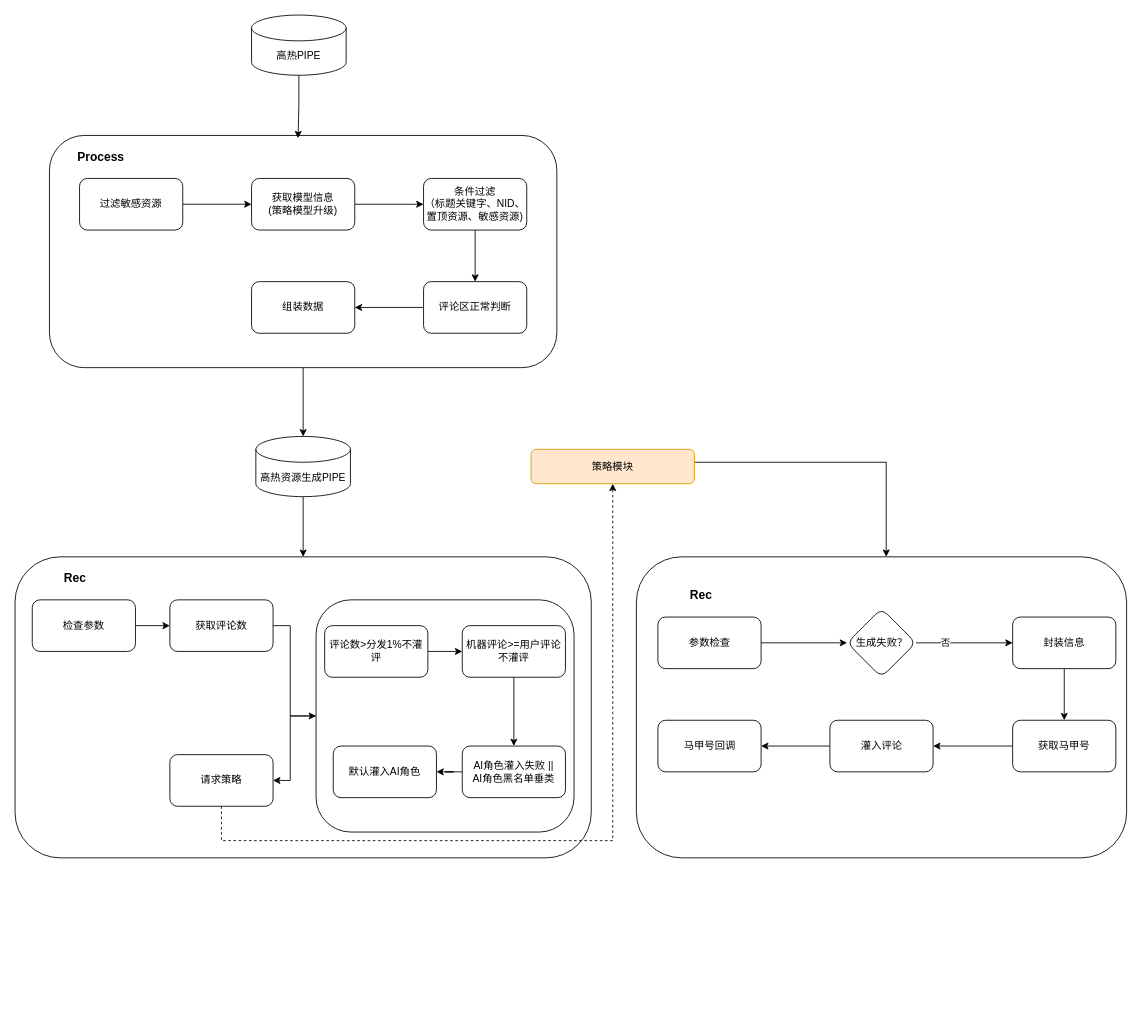
Earlier version of the draw.io diagram AIComment/samrtcomment.drawio (Mrssqin/draw). Source tidied: cells renumbered, new cells numbered last; positions are measured from the earlier drawing's top-left corner, leaving out a move shared by most shapes. Both pictures are drawn from the tidied source at 86%, with x=0, y=0 at pixel (15, 15).
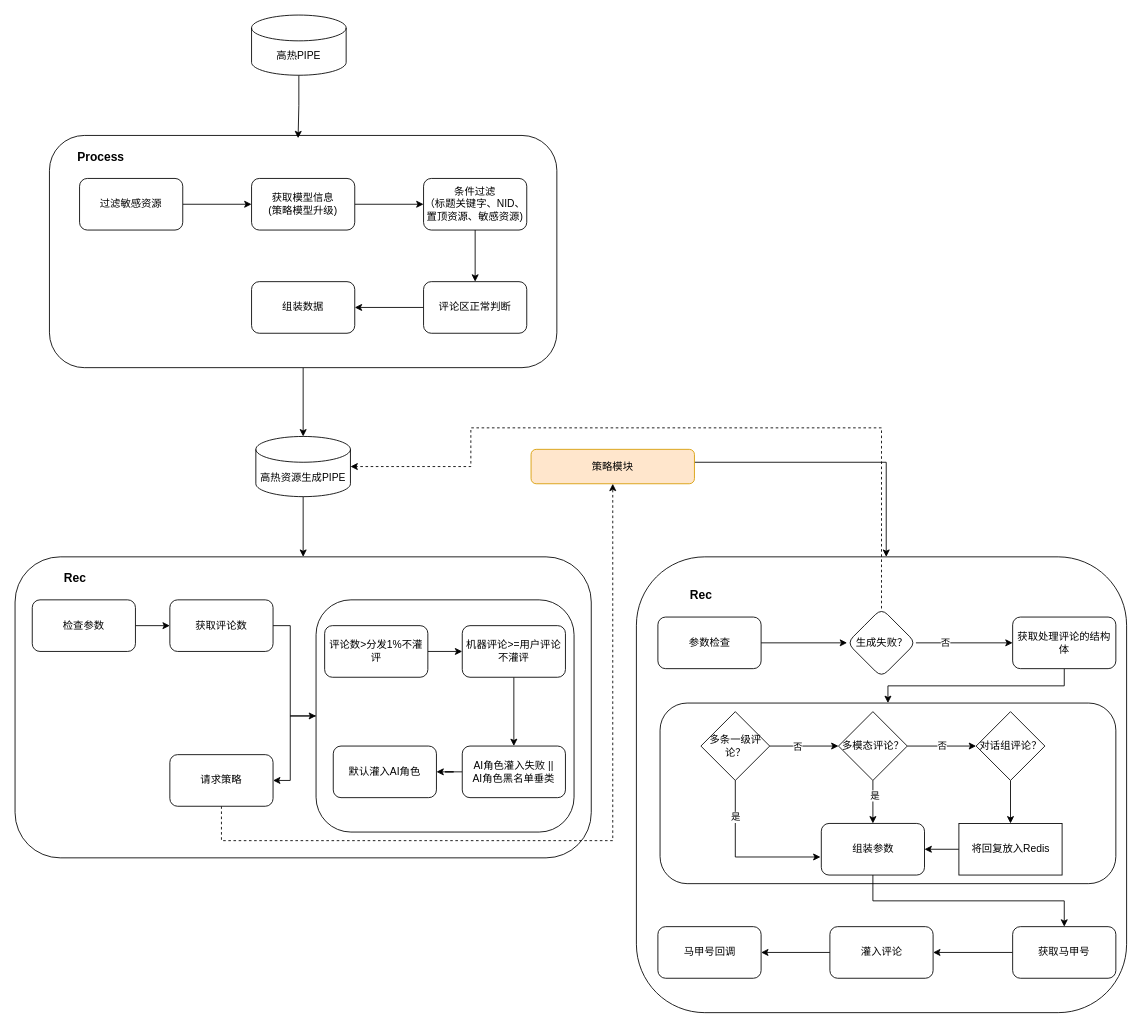
The same diagram, later.

Unchanged cells that the change refers to:
```xml
<mxCell id="17" value="高热资源生成PIPE" style="shape=cylinder3;whiteSpace=wrap;html=1;boundedLbl=1;backgroundOutline=1;size=15;" parent="1" vertex="1">
  <mxGeometry x="280" y="490" width="110" height="70" as="geometry" />
</mxCell>
<mxCell id="37" value="生成失败？" style="rhombus;whiteSpace=wrap;html=1;rounded=1;" parent="1" vertex="1">
  <mxGeometry x="967.5" y="690" width="80" height="80" as="geometry" />
</mxCell>
```

Change to the diagram source:
```diff
@@
     <mxCell id="24" style="rounded=1;whiteSpace=wrap;html=1;" parent="1" vertex="1">
-      <mxGeometry x="722.5" y="630" width="570" height="350" as="geometry" />
+      <mxGeometry x="722.5" y="630" width="570" height="530" as="geometry" />
     </mxCell>
@@
-    <mxCell id="28" style="edgeStyle=orthogonalEdgeStyle;rounded=0;jettySize=auto;html=1;" parent="1" edge="1" source="29" target="31">
-      <mxGeometry relative="1" as="geometry" />
-    </mxCell>
+    <mxCell id="51" style="edgeStyle=orthogonalEdgeStyle;rounded=0;jettySize=auto;html=1;" parent="1" edge="1" source="29" target="53">
+      <mxGeometry relative="1" as="geometry" />
+    </mxCell>
-    <mxCell id="29" value="封装信息" style="rounded=1;whiteSpace=wrap;html=1;" parent="1" vertex="1">
+    <mxCell id="29" value="获取处理评论的结构体" style="rounded=1;whiteSpace=wrap;html=1;" parent="1" vertex="1">
       <mxGeometry x="1160" y="700" width="120" height="60" as="geometry" />
     </mxCell>
@@
     <mxCell id="31" value="获取马甲号" style="rounded=1;whiteSpace=wrap;html=1;" parent="1" vertex="1">
-      <mxGeometry x="1160" y="820" width="120" height="60" as="geometry" />
+      <mxGeometry x="1160" y="1060" width="120" height="60" as="geometry" />
     </mxCell>
@@
     <mxCell id="33" value="灌入评论" style="rounded=1;whiteSpace=wrap;html=1;" parent="1" vertex="1">
-      <mxGeometry x="947.5" y="820" width="120" height="60" as="geometry" />
+      <mxGeometry x="947.5" y="1060" width="120" height="60" as="geometry" />
     </mxCell>
     <mxCell id="34" value="马甲号回调" style="rounded=1;whiteSpace=wrap;html=1;" parent="1" vertex="1">
-      <mxGeometry x="747.5" y="820" width="120" height="60" as="geometry" />
+      <mxGeometry x="747.5" y="1060" width="120" height="60" as="geometry" />
     </mxCell>
@@
+    <mxCell id="52" style="edgeStyle=orthogonalEdgeStyle;rounded=0;jettySize=auto;html=1;entryX=1;entryY=0.5;entryDx=0;entryDy=0;entryPerimeter=0;dashed=1;" parent="1" edge="1" source="37" target="17">
+      <mxGeometry relative="1" as="geometry">
+        <Array as="points">
+          <mxPoint x="1008" y="480" />
+          <mxPoint x="530" y="480" />
+          <mxPoint x="530" y="525" />
+        </Array>
+      </mxGeometry>
+    </mxCell>
+    <mxCell id="53" style="rounded=1;whiteSpace=wrap;html=1;" parent="1" vertex="1">
+      <mxGeometry x="750" y="800" width="530" height="210" as="geometry" />
+    </mxCell>
+    <mxCell id="54" style="edgeStyle=orthogonalEdgeStyle;rounded=0;jettySize=auto;html=1;" parent="1" edge="1" source="56" target="60">
+      <mxGeometry relative="1" as="geometry" />
+    </mxCell>
+    <mxCell id="55" value="否" style="edgeLabel;html=1;align=center;verticalAlign=middle;" parent="54" vertex="1">
+      <mxGeometry x="-0.2" relative="1" as="geometry" />
+    </mxCell>
+    <mxCell id="56" value="多条一级评论？" style="rhombus;whiteSpace=wrap;html=1;" parent="1" vertex="1">
+      <mxGeometry x="797.5" y="810" width="80" height="80" as="geometry" />
+    </mxCell>
+    <mxCell id="57" style="edgeStyle=orthogonalEdgeStyle;rounded=0;jettySize=auto;html=1;" parent="1" edge="1" source="60" target="62">
+      <mxGeometry relative="1" as="geometry" />
+    </mxCell>
+    <mxCell id="58" value="是" style="edgeLabel;html=1;align=center;verticalAlign=middle;" parent="57" vertex="1">
+      <mxGeometry x="-0.32" y="2" relative="1" as="geometry" />
+    </mxCell>
+    <mxCell id="59" value="否" style="edgeStyle=orthogonalEdgeStyle;rounded=0;jettySize=auto;html=1;" parent="1" edge="1" source="60" target="66">
+      <mxGeometry relative="1" as="geometry" />
+    </mxCell>
+    <mxCell id="60" value="多模态评论？" style="rhombus;whiteSpace=wrap;html=1;" parent="1" vertex="1">
+      <mxGeometry x="957.5" y="810" width="80" height="80" as="geometry" />
+    </mxCell>
+    <mxCell id="61" style="edgeStyle=orthogonalEdgeStyle;rounded=0;jettySize=auto;html=1;entryX=0.5;entryY=0;entryDx=0;entryDy=0;" parent="1" edge="1" source="62" target="31">
+      <mxGeometry relative="1" as="geometry">
+        <Array as="points">
+          <mxPoint x="998" y="1030" />
+          <mxPoint x="1220" y="1030" />
+        </Array>
+      </mxGeometry>
+    </mxCell>
+    <mxCell id="62" value="组装参数" style="rounded=1;whiteSpace=wrap;html=1;" parent="1" vertex="1">
+      <mxGeometry x="937.5" y="940" width="120" height="60" as="geometry" />
+    </mxCell>
+    <mxCell id="63" style="edgeStyle=orthogonalEdgeStyle;rounded=0;jettySize=auto;html=1;entryX=-0.008;entryY=0.65;entryDx=0;entryDy=0;entryPerimeter=0;" parent="1" edge="1" source="56" target="62">
+      <mxGeometry relative="1" as="geometry">
+        <Array as="points">
+          <mxPoint x="837.5" y="979" />
+        </Array>
+      </mxGeometry>
+    </mxCell>
+    <mxCell id="64" value="是" style="edgeLabel;html=1;align=center;verticalAlign=middle;" parent="63" vertex="1">
+      <mxGeometry x="-0.55" relative="1" as="geometry" />
+    </mxCell>
+    <mxCell id="65" style="edgeStyle=orthogonalEdgeStyle;rounded=0;jettySize=auto;html=1;" parent="1" edge="1" source="66" target="68">
+      <mxGeometry relative="1" as="geometry" />
+    </mxCell>
+    <mxCell id="66" value="对话组评论？" style="rhombus;whiteSpace=wrap;html=1;" parent="1" vertex="1">
+      <mxGeometry x="1117.5" y="810" width="80" height="80" as="geometry" />
+    </mxCell>
+    <mxCell id="67" style="edgeStyle=orthogonalEdgeStyle;rounded=0;jettySize=auto;html=1;" parent="1" edge="1" source="68" target="62">
+      <mxGeometry relative="1" as="geometry" />
+    </mxCell>
+    <mxCell id="68" value="将回复放入Redis" style="whiteSpace=wrap;html=1;" parent="1" vertex="1">
+      <mxGeometry x="1097.5" y="940" width="120" height="60" as="geometry" />
+    </mxCell>
```
